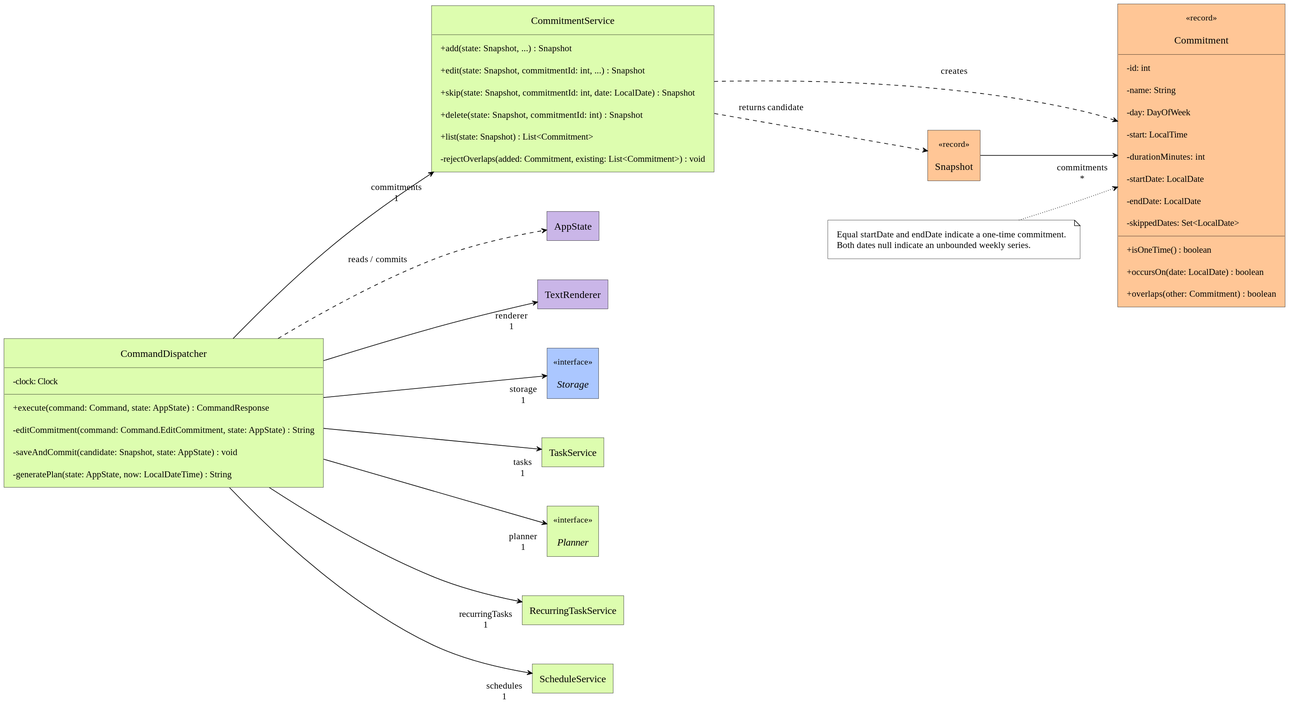
The PlantUML diagram docs/images/darren-commitment-dispatch-classes.svg in AY2627S1-CS2113-T10-1/tp, before a commit.
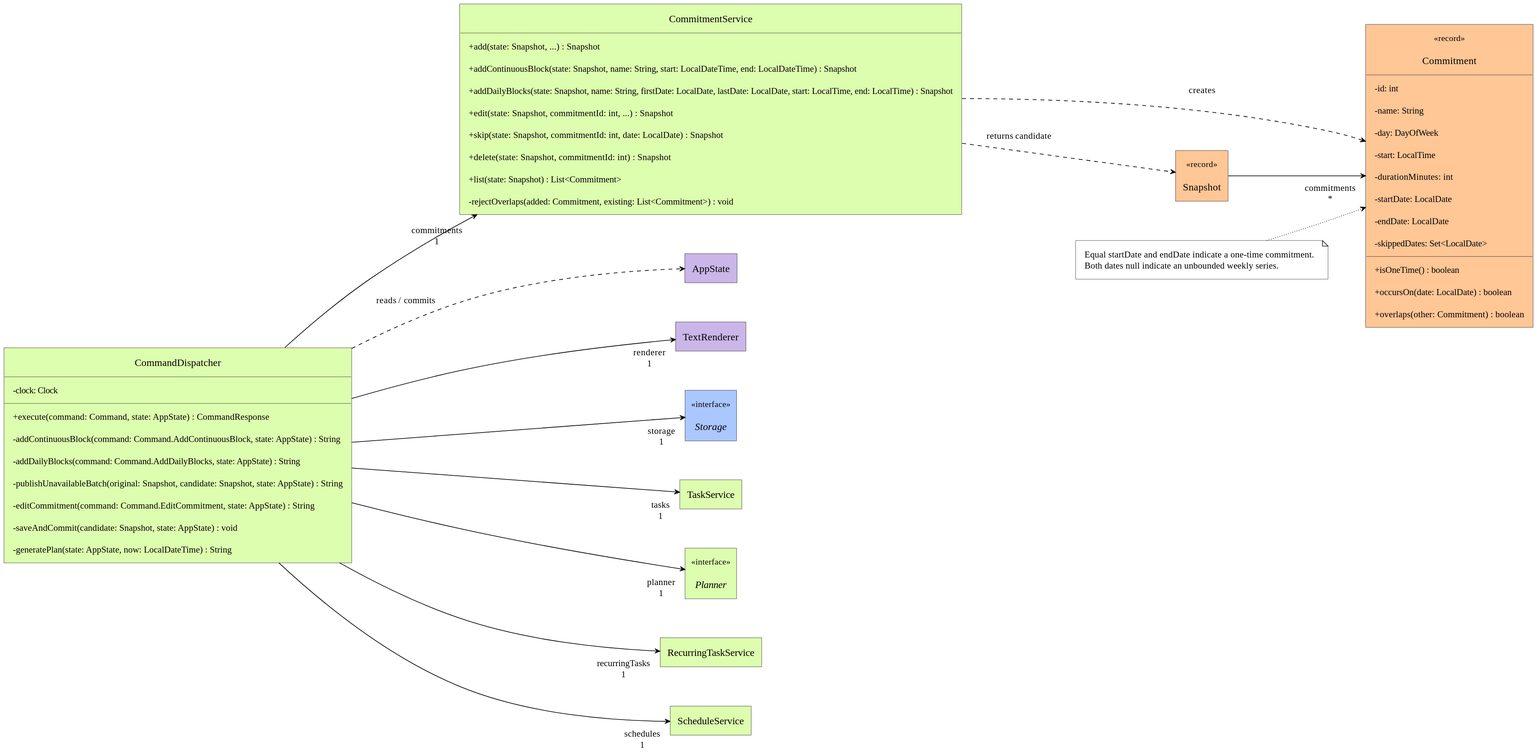
Later version of the same file.

Commit message:
Complete multi-date unavailable dispatch

The edit, as a diff of the source:
```diff
@@ -6,12 +6,17 @@
 class CommandDispatcher DOMAIN {
     - clock: Clock
     + execute(command: Command, state: AppState) : CommandResponse
+    - addContinuousBlock(command: Command.AddContinuousBlock, state: AppState) : String
+    - addDailyBlocks(command: Command.AddDailyBlocks, state: AppState) : String
+    - publishUnavailableBatch(original: Snapshot, candidate: Snapshot, state: AppState) : String
     - editCommitment(command: Command.EditCommitment, state: AppState) : String
     - saveAndCommit(candidate: Snapshot, state: AppState) : void
     - generatePlan(state: AppState, now: LocalDateTime) : String
 }
 class CommitmentService DOMAIN {
     + add(state: Snapshot, ...) : Snapshot
+    + addContinuousBlock(state: Snapshot, name: String, start: LocalDateTime, end: LocalDateTime) : Snapshot
+    + addDailyBlocks(state: Snapshot, name: String, firstDate: LocalDate, lastDate: LocalDate, start: LocalTime, end: LocalTime) : Snapshot
     + edit(state: Snapshot, commitmentId: int, ...) : Snapshot
     + skip(state: Snapshot, commitmentId: int, date: LocalDate) : Snapshot
     + delete(state: Snapshot, commitmentId: int) : Snapshot
```
